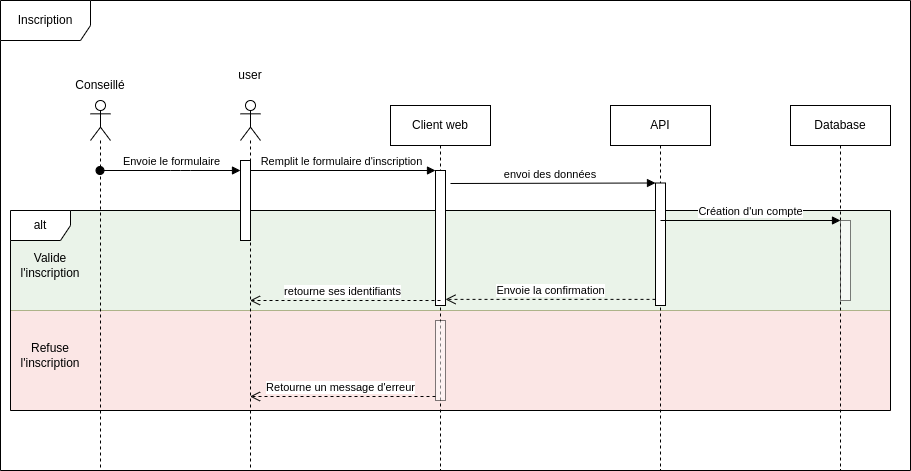
delannoykurt/mission-locale keeps this draw.io diagram as diagramme_sequence_inscription.drawio.png. Above is the earlier version. Source tidied: cells renumbered, new cells last; positions are measured from the earlier drawing's top-left corner, leaving out a move shared by most shapes.
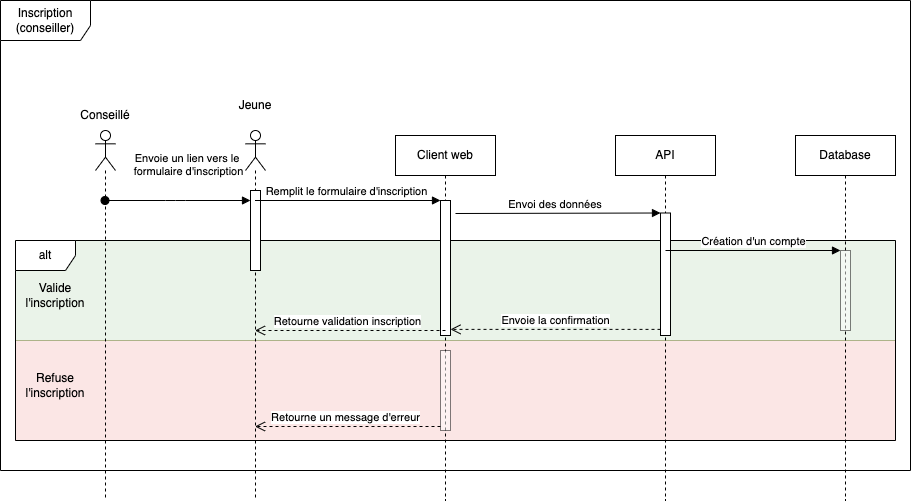
After the change.

Commit message:
docs(common): add diagram activity

Change to the diagram source:
```diff
@@ -2,8 +2,8 @@
   <root>
     <mxCell id="0" />
     <mxCell id="1" parent="0" />
-    <mxCell id="2" value="Inscription" style="shape=umlFrame;whiteSpace=wrap;html=1;width=90;height=40;" parent="1" vertex="1">
-      <mxGeometry width="910" height="470" as="geometry" />
+    <mxCell id="2" value="Inscription (conseiller)" style="shape=umlFrame;whiteSpace=wrap;html=1;width=90;height=40;" parent="1" vertex="1">
+      <mxGeometry x="-5" y="-30" width="910" height="470" as="geometry" />
     </mxCell>
     <mxCell id="3" style="rounded=0;whiteSpace=wrap;html=1;fillColor=#f8cecc;strokeColor=#b85450;gradientDirection=north;opacity=50;" parent="1" vertex="1">
       <mxGeometry x="10" y="310" width="880" height="100" as="geometry" />
@@ -18,9 +18,9 @@
       <mxGeometry x="240" y="100" width="20" height="370" as="geometry" />
     </mxCell>
     <mxCell id="7" style="html=1;points=[];perimeter=orthogonalPerimeter;" parent="6" vertex="1">
-      <mxGeometry y="60" width="10" height="80" as="geometry" />
+      <mxGeometry x="5" y="60" width="10" height="80" as="geometry" />
     </mxCell>
-    <mxCell id="8" value="user" style="text;html=1;strokeColor=none;fillColor=none;align=center;verticalAlign=middle;whiteSpace=wrap;rounded=0;" parent="1" vertex="1">
+    <mxCell id="8" value="Jeune" style="text;html=1;strokeColor=none;fillColor=none;align=center;verticalAlign=middle;whiteSpace=wrap;rounded=0;" parent="1" vertex="1">
       <mxGeometry x="220" y="60" width="60" height="30" as="geometry" />
     </mxCell>
     <mxCell id="9" value="Client web" style="shape=umlLifeline;perimeter=lifelinePerimeter;whiteSpace=wrap;html=1;" parent="1" vertex="1">
@@ -43,7 +43,7 @@
         <mxPoint x="1" as="offset" />
       </mxGeometry>
     </mxCell>
-    <mxCell id="15" value="retourne ses identifiants" style="html=1;verticalAlign=bottom;endArrow=open;dashed=1;endSize=8;" parent="1" edge="1" target="6">
+    <mxCell id="15" value="Retourne validation inscription" style="html=1;verticalAlign=bottom;endArrow=open;dashed=1;endSize=8;" parent="1" edge="1" target="6">
       <mxGeometry x="0.02" relative="1" as="geometry">
         <mxPoint x="440" y="300" as="sourcePoint" />
         <Array as="points">
@@ -51,7 +51,7 @@
         </Array>
       </mxGeometry>
     </mxCell>
-    <mxCell id="16" value="envoi des données&amp;nbsp;" style="html=1;verticalAlign=bottom;endArrow=block;entryX=0;entryY=0;" parent="1" edge="1" target="13">
+    <mxCell id="16" value="Envoi des données&amp;nbsp;" style="html=1;verticalAlign=bottom;endArrow=block;entryX=0;entryY=0;" parent="1" edge="1" target="13">
       <mxGeometry x="-0.02" relative="1" as="geometry">
         <mxPoint x="450" y="183" as="sourcePoint" />
       </mxGeometry>
@@ -63,7 +63,7 @@
       <mxGeometry x="790" y="105" width="100" height="365" as="geometry" />
     </mxCell>
     <mxCell id="19" style="html=1;points=[];perimeter=orthogonalPerimeter;rounded=0;strokeColor=default;fillColor=default;gradientColor=none;gradientDirection=north;opacity=50;" parent="18" vertex="1">
-      <mxGeometry x="50" y="115" width="10" height="80" as="geometry" />
+      <mxGeometry x="45" y="115" width="10" height="80" as="geometry" />
     </mxCell>
     <mxCell id="20" value="Valide l'inscription" style="text;html=1;strokeColor=none;fillColor=none;align=center;verticalAlign=middle;whiteSpace=wrap;rounded=0;opacity=50;" parent="1" vertex="1">
       <mxGeometry x="20" y="250" width="60" height="30" as="geometry" />
@@ -85,10 +85,10 @@
     <mxCell id="25" value="Conseillé" style="text;html=1;strokeColor=none;fillColor=none;align=center;verticalAlign=middle;whiteSpace=wrap;rounded=0;" parent="1" vertex="1">
       <mxGeometry x="70" y="70" width="60" height="30" as="geometry" />
     </mxCell>
-    <mxCell id="26" value="Envoie le formulaire" style="html=1;verticalAlign=bottom;startArrow=oval;endArrow=block;startSize=8;" parent="1" edge="1" source="24" target="7">
-      <mxGeometry relative="1" as="geometry">
+    <mxCell id="26" value="Envoie un lien vers le &lt;br&gt;formulaire d'inscription" style="html=1;verticalAlign=bottom;startArrow=oval;endArrow=block;startSize=8;" parent="1" edge="1" source="24" target="7">
+      <mxGeometry x="0.14" y="20" relative="1" as="geometry">
         <Array as="points">
-          <mxPoint x="180" y="170" />
+          <mxPoint x="170" y="170" />
         </Array>
       </mxGeometry>
     </mxCell>
```
